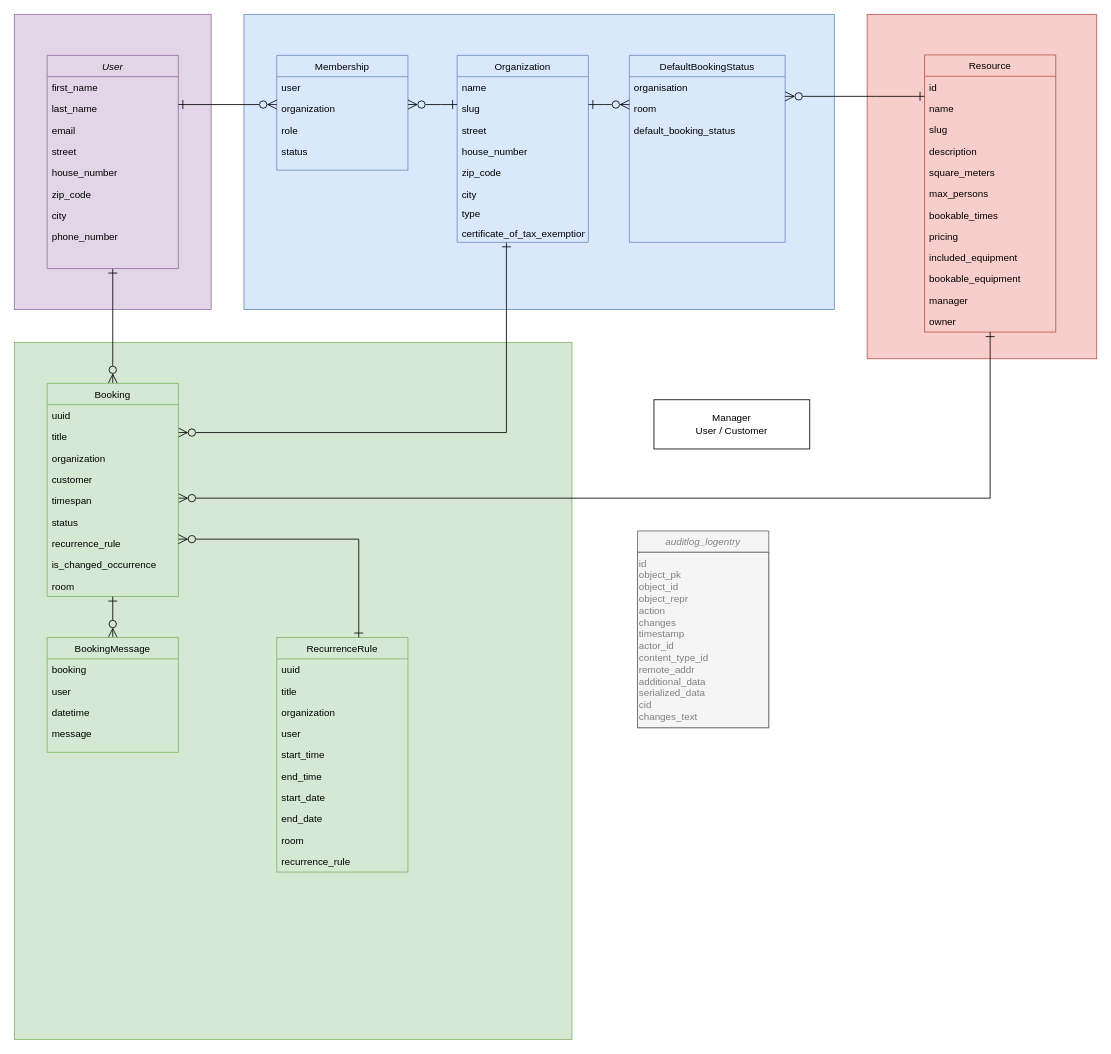
This is docs/modelling/erd-v1.1.4-organization_rights.drawio from Haus-des-Engagements/re-sharing, a draw.io file, before an edit. Source tidied: cells renumbered, new cells numbered last; positions are measured from the earlier drawing's top-left corner, leaving out a move shared by most shapes. Both pictures are drawn from the tidied source at 82%, with x=0, y=0 at pixel (14, 14).
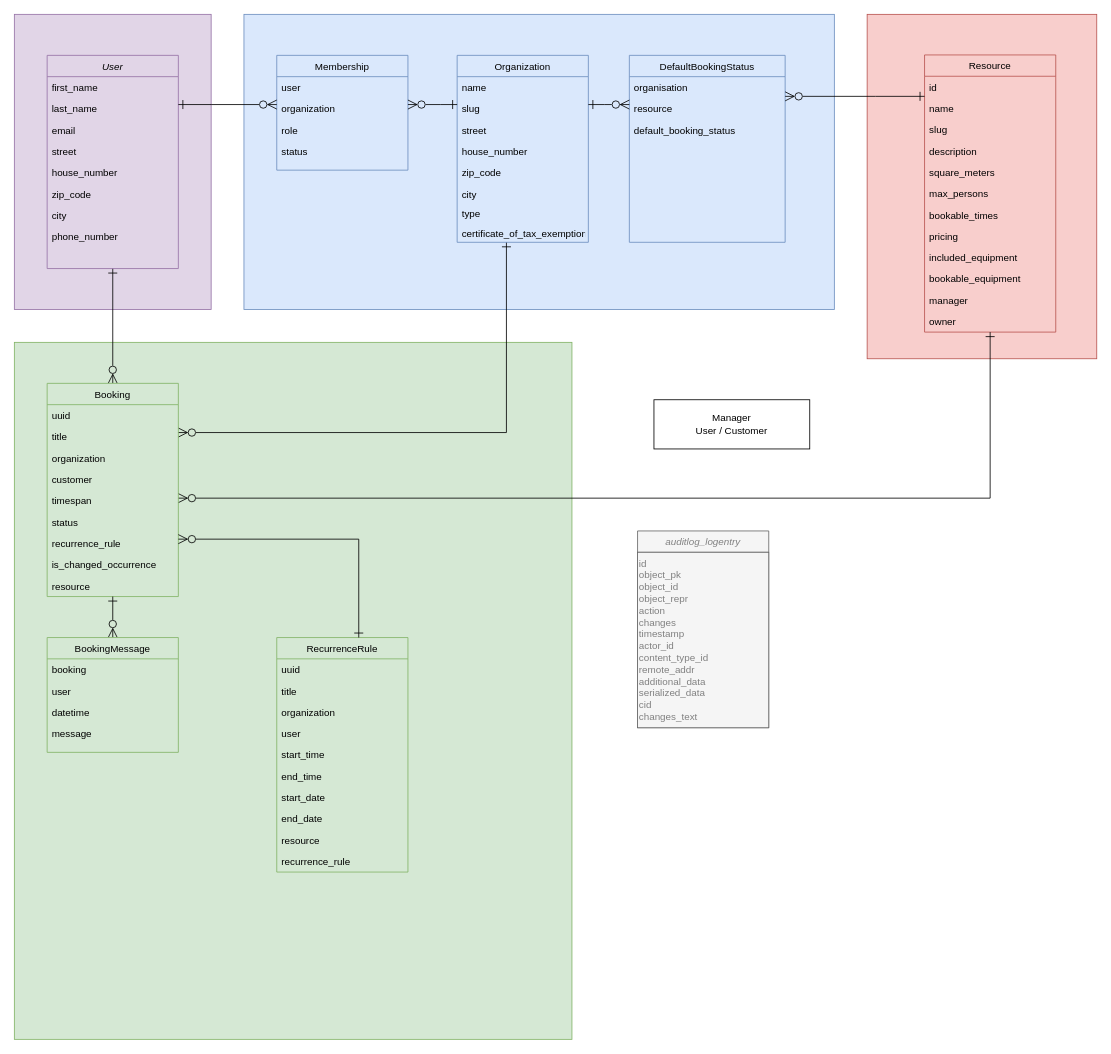
After the change.

Unchanged cells that the change refers to:
```xml
<mxCell id="42" value="Booking" style="swimlane;fontStyle=0;align=center;verticalAlign=top;horizontal=1;startSize=26;rounded=0;shadow=0;strokeWidth=1;fillColor=#d5e8d4;strokeColor=#82b366;" parent="1" vertex="1">
  <mxGeometry x="40" y="450" width="160" height="260" as="geometry" />
</mxCell>
<mxCell id="52" value="RecurrenceRule" style="swimlane;fontStyle=0;align=center;verticalAlign=top;horizontal=1;startSize=26;rounded=0;shadow=0;strokeWidth=1;fillColor=#d5e8d4;strokeColor=#82b366;" parent="1" vertex="1">
  <mxGeometry x="320" y="760" width="160" height="286" as="geometry" />
</mxCell>
<mxCell id="70" value="DefaultBookingStatus" style="swimlane;fontStyle=0;align=center;verticalAlign=top;horizontal=1;startSize=26;rounded=0;shadow=0;strokeWidth=1;fillColor=#dae8fc;strokeColor=#6c8ebf;" parent="1" vertex="1">
  <mxGeometry x="750" y="50" width="190" height="228" as="geometry" />
</mxCell>
```

What changed in the source:
```diff
@@
-    <mxCell id="51" value="room" style="text;align=left;verticalAlign=top;spacingLeft=4;spacingRight=4;overflow=hidden;rounded=0;shadow=0;html=0;" parent="42" vertex="1">
+    <mxCell id="51" value="resource" style="text;align=left;verticalAlign=top;spacingLeft=4;spacingRight=4;overflow=hidden;rounded=0;shadow=0;html=0;" parent="42" vertex="1">
       <mxGeometry y="234" width="160" height="26" as="geometry" />
     </mxCell>
@@
-    <mxCell id="61" value="room" style="text;align=left;verticalAlign=top;spacingLeft=4;spacingRight=4;overflow=hidden;rounded=0;shadow=0;html=0;" parent="52" vertex="1">
+    <mxCell id="61" value="resource" style="text;align=left;verticalAlign=top;spacingLeft=4;spacingRight=4;overflow=hidden;rounded=0;shadow=0;html=0;" parent="52" vertex="1">
       <mxGeometry y="234" width="160" height="26" as="geometry" />
     </mxCell>
@@
-    <mxCell id="72" value="room" style="text;align=left;verticalAlign=top;spacingLeft=4;spacingRight=4;overflow=hidden;rounded=0;shadow=0;html=0;" parent="70" vertex="1">
+    <mxCell id="72" value="resource" style="text;align=left;verticalAlign=top;spacingLeft=4;spacingRight=4;overflow=hidden;rounded=0;shadow=0;html=0;" parent="70" vertex="1">
       <mxGeometry y="52" width="190" height="26" as="geometry" />
     </mxCell>
```
